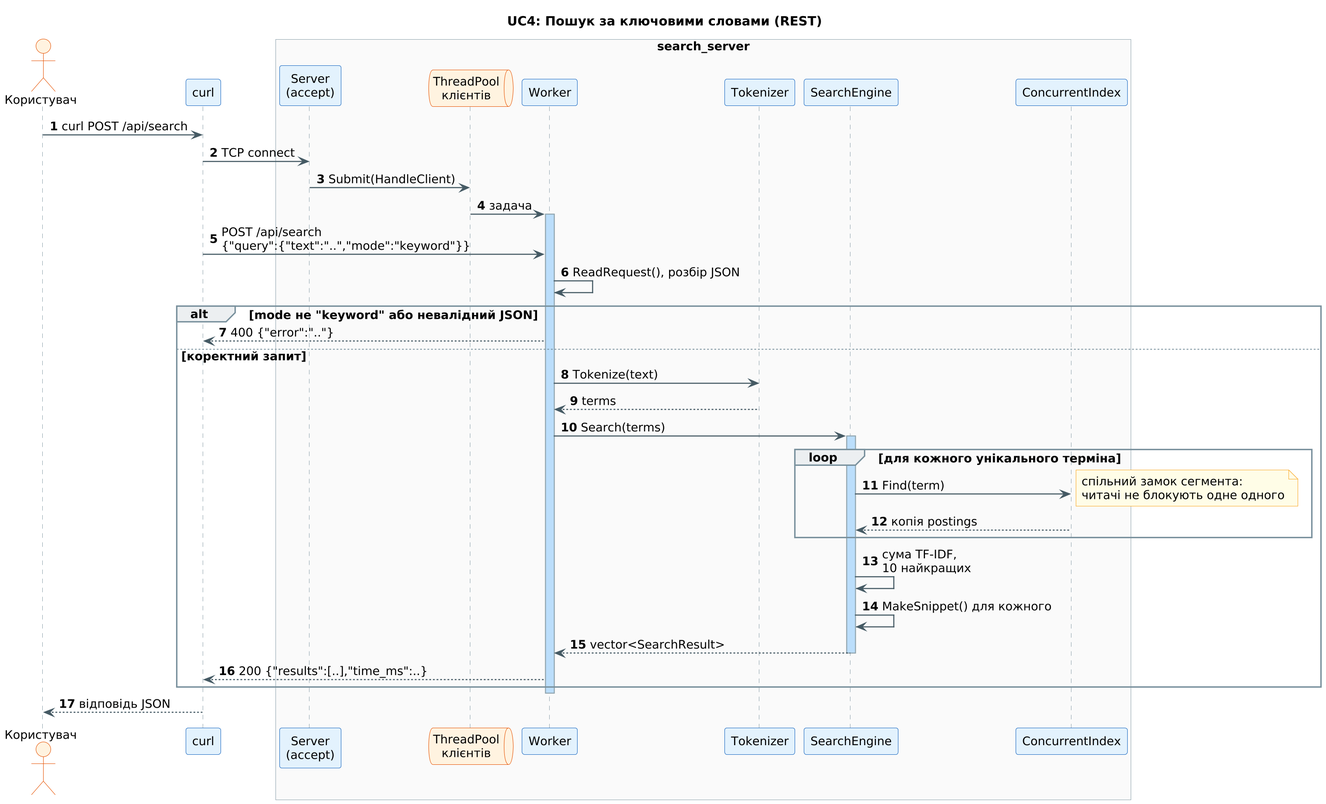
Earlier version of the PlantUML export docs/uml/seq_search_rest.png (vlb103/parallel-search-engine).
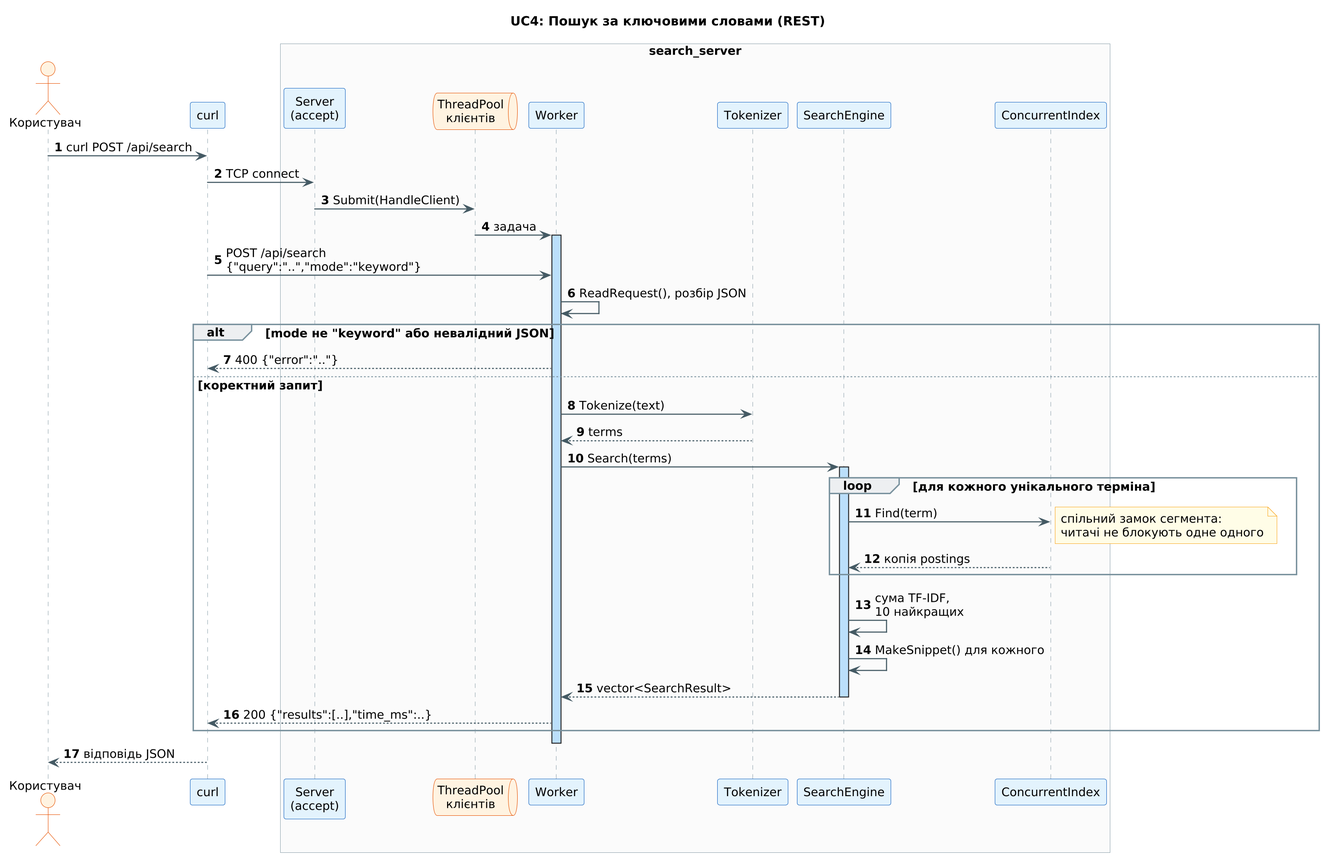
After the commit.

Commit message:
docs(uml): use flat search request in rest sequence

What changed in the source:
```diff
@@ -19,7 +19,7 @@
 Server -> Pool : Submit(HandleClient)
 Pool -> Worker : задача
 activate Worker
-Cli -> Worker : POST /api/search\n{"query":{"text":"..","mode":"keyword"}}
+Cli -> Worker : POST /api/search\n{"query":"..","mode":"keyword"}
 Worker -> Worker : ReadRequest(), розбір JSON
 
 alt mode не "keyword" або невалідний JSON
```
